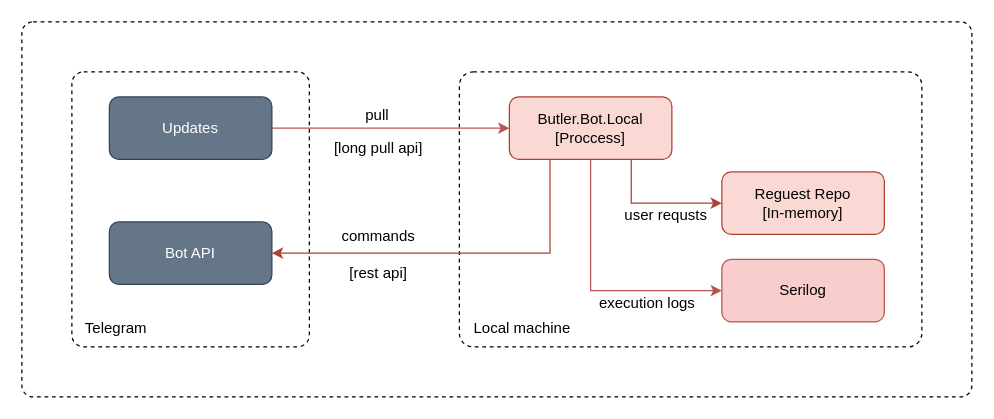
Before: page "Local" (2 of 3) of Docs/Images/Butler.Bot.drawio in eseuruk/Butler.Bot, a draw.io diagram. Source tidied: cells renumbered, new cells numbered last; positions are measured from the earlier drawing's top-left corner, leaving out a move shared by most shapes. Both pictures are drawn from the tidied source at 125%, with x=0, y=0 at pixel (21, 21).
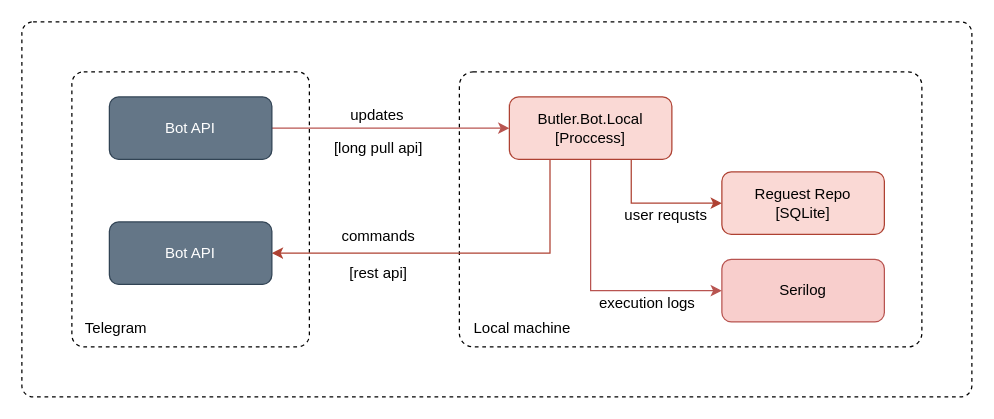
The same page after the edit.

What changed in the source:
```diff
@@
-    <mxCell id="11" value="Updates" style="rounded=1;whiteSpace=wrap;html=1;fillColor=#647687;fontColor=#ffffff;strokeColor=#314354;" parent="1" vertex="1">
+    <mxCell id="11" value="Bot API" style="rounded=1;whiteSpace=wrap;html=1;fillColor=#647687;fontColor=#ffffff;strokeColor=#314354;" parent="1" vertex="1">
       <mxGeometry x="70" y="60" width="130" height="50" as="geometry" />
     </mxCell>
-    <mxCell id="12" value="pull" style="text;html=1;align=center;verticalAlign=middle;strokeColor=none;fillColor=none;" parent="1" vertex="1">
-      <mxGeometry x="264" y="60" width="40" height="30" as="geometry" />
+    <mxCell id="12" value="updates" style="text;html=1;align=center;verticalAlign=middle;strokeColor=none;fillColor=none;" parent="1" vertex="1">
+      <mxGeometry x="249" y="60" width="70" height="30" as="geometry" />
     </mxCell>
@@
-    <mxCell id="18" value="Reguest Repo&lt;br&gt;[In-memory]" style="rounded=1;whiteSpace=wrap;html=1;fillColor=#fad9d5;strokeColor=#ae4132;" parent="1" vertex="1">
+    <mxCell id="18" value="Reguest Repo&lt;br&gt;[SQLite]" style="rounded=1;whiteSpace=wrap;html=1;fillColor=#fad9d5;strokeColor=#ae4132;" parent="1" vertex="1">
       <mxGeometry x="560" y="120" width="130" height="50" as="geometry" />
     </mxCell>
```
